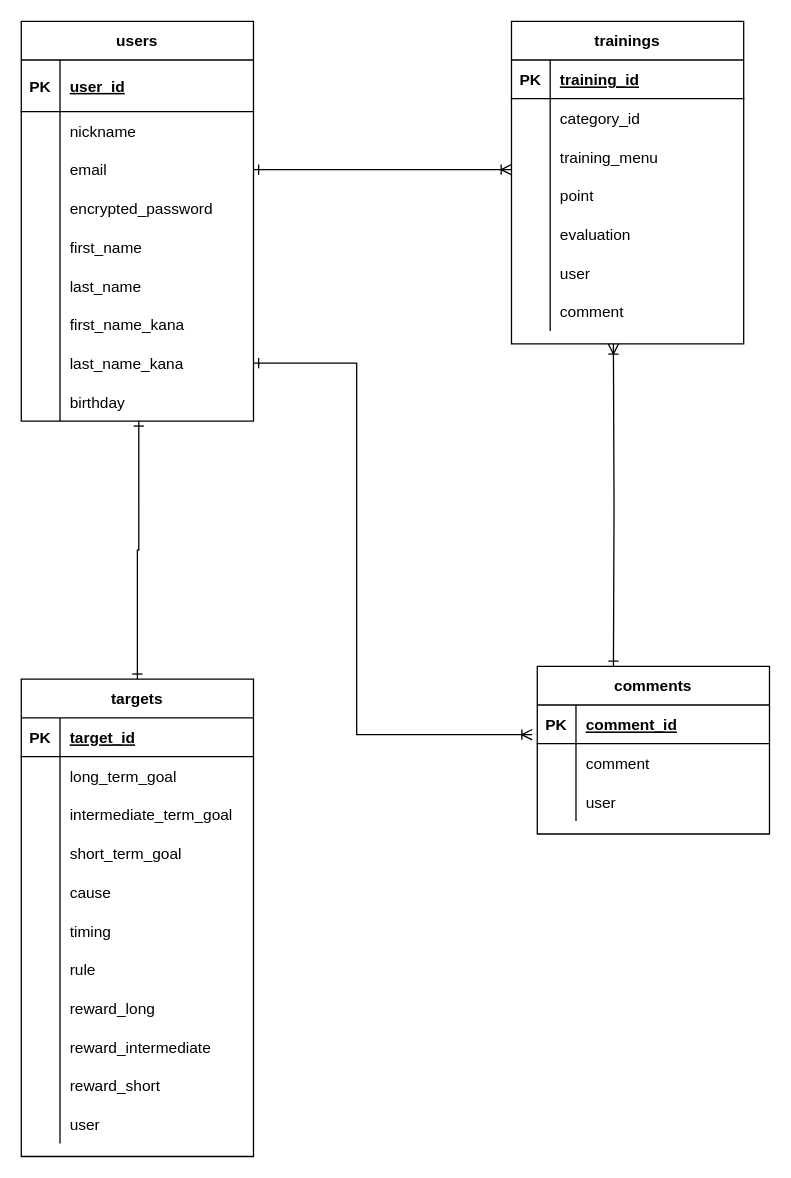
Before: training.dio in toshi-1009/training-35041, a draw.io diagram. Source tidied: cells renumbered, new cells numbered last; positions are measured from the earlier drawing's top-left corner, leaving out a move shared by most shapes. Both pictures are drawn from the tidied source at 129%, with x=0, y=0 at pixel (21, 21).
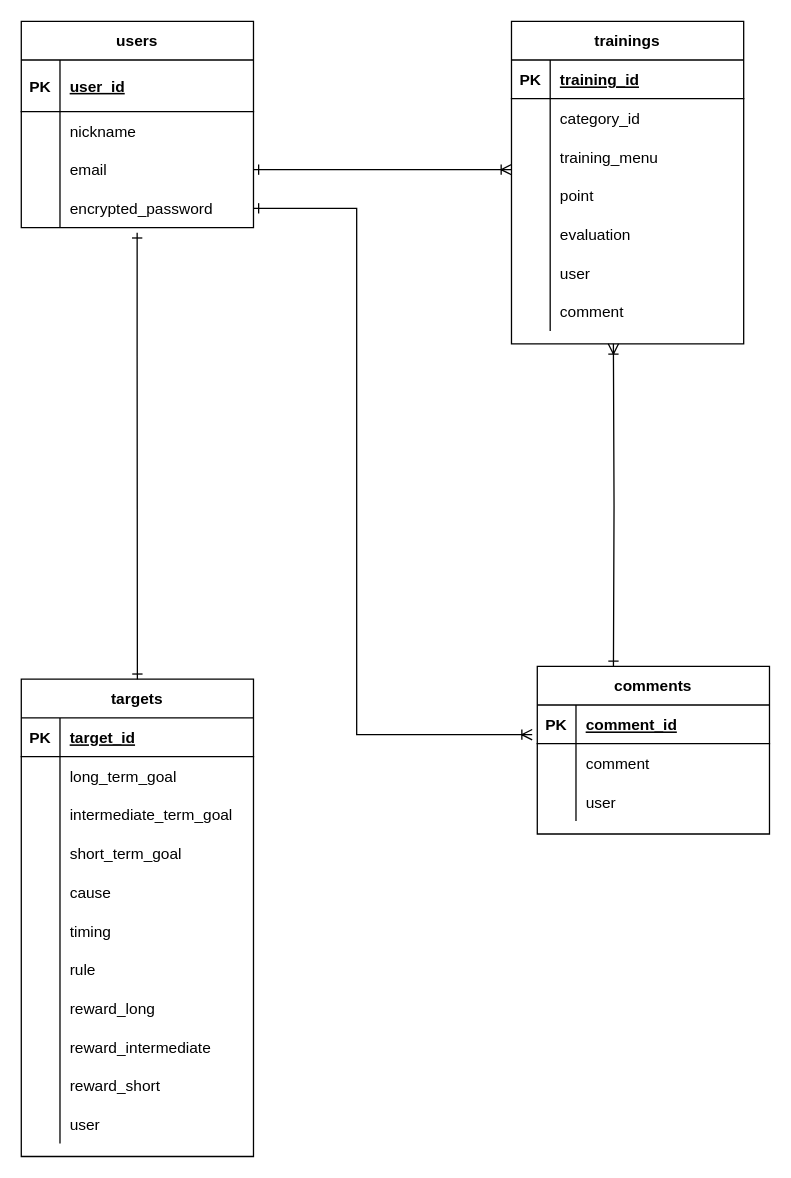
After the change.

The change refers to these unchanged cells:
```xml
<mxCell id="12" style="shape=partialRectangle;fillColor=none;top=0;left=0;bottom=0;right=0;points=[[0,0.5],[1,0.5]];portConstraint=eastwest;" parent="2" vertex="1">
  <mxGeometry y="130" width="180" height="30" as="geometry" />
</mxCell>
<mxCell id="54" style="shape=partialRectangle;fillColor=none;top=0;left=0;bottom=1;right=0;points=[[0,0.5],[1,0.5]];portConstraint=eastwest;" parent="53" vertex="1">
  <mxGeometry y="30" width="180" height="30" as="geometry" />
</mxCell>
<mxCell id="63" value="targets" style="shape=table;startSize=30;childLayout=tableLayout;rowLines=0;fontStyle=1;align=center;" parent="1" vertex="1">
  <mxGeometry y="510" width="180" height="370" as="geometry" />
</mxCell>
```

What changed in the source:
```diff
@@
     <mxCell id="2" value="users" style="shape=table;startSize=30;childLayout=tableLayout;rowLines=0;fontStyle=1;align=center;" parent="1" vertex="1">
-      <mxGeometry width="180" height="310" as="geometry" />
+      <mxGeometry width="180" height="160" as="geometry" />
     </mxCell>
@@
-    <mxCell id="15" style="shape=partialRectangle;fillColor=none;top=0;left=0;bottom=0;right=0;" parent="2" vertex="1">
-      <mxGeometry y="160" width="180" height="30" as="geometry" />
-    </mxCell>
-    <mxCell id="16" style="shape=partialRectangle;fillColor=none;top=0;left=0;bottom=0;right=0;overflow=hidden;" parent="15" vertex="1">
-      <mxGeometry width="30" height="30" as="geometry" />
-    </mxCell>
-    <mxCell id="17" value="first_name" style="shape=partialRectangle;fillColor=none;top=0;left=0;bottom=0;right=0;align=left;spacingLeft=6;overflow=hidden;" parent="15" vertex="1">
-      <mxGeometry x="30" width="150" height="30" as="geometry" />
-    </mxCell>
-    <mxCell id="18" style="shape=partialRectangle;fillColor=none;top=0;left=0;bottom=0;right=0;" parent="2" vertex="1">
-      <mxGeometry y="190" width="180" height="30" as="geometry" />
-    </mxCell>
-    <mxCell id="19" style="shape=partialRectangle;fillColor=none;top=0;left=0;bottom=0;right=0;overflow=hidden;" parent="18" vertex="1">
-      <mxGeometry width="30" height="30" as="geometry" />
-    </mxCell>
-    <mxCell id="20" value="last_name" style="shape=partialRectangle;fillColor=none;top=0;left=0;bottom=0;right=0;align=left;spacingLeft=6;overflow=hidden;" parent="18" vertex="1">
-      <mxGeometry x="30" width="150" height="30" as="geometry" />
-    </mxCell>
-    <mxCell id="21" style="shape=partialRectangle;fillColor=none;top=0;left=0;bottom=0;right=0;" parent="2" vertex="1">
-      <mxGeometry y="220" width="180" height="30" as="geometry" />
-    </mxCell>
-    <mxCell id="22" style="shape=partialRectangle;fillColor=none;top=0;left=0;bottom=0;right=0;overflow=hidden;" parent="21" vertex="1">
-      <mxGeometry width="30" height="30" as="geometry" />
-    </mxCell>
-    <mxCell id="23" value="first_name_kana" style="shape=partialRectangle;fillColor=none;top=0;left=0;bottom=0;right=0;align=left;spacingLeft=6;overflow=hidden;" parent="21" vertex="1">
-      <mxGeometry x="30" width="150" height="30" as="geometry" />
-    </mxCell>
-    <mxCell id="24" style="shape=partialRectangle;fillColor=none;top=0;left=0;bottom=0;right=0;points=[[0,0.5],[1,0.5]];portConstraint=eastwest;" parent="2" vertex="1">
-      <mxGeometry y="250" width="180" height="30" as="geometry" />
-    </mxCell>
-    <mxCell id="25" style="shape=partialRectangle;fillColor=none;top=0;left=0;bottom=0;right=0;overflow=hidden;" parent="24" vertex="1">
-      <mxGeometry width="30" height="30" as="geometry" />
-    </mxCell>
-    <mxCell id="26" value="last_name_kana" style="shape=partialRectangle;fillColor=none;top=0;left=0;bottom=0;right=0;align=left;spacingLeft=6;overflow=hidden;" parent="24" vertex="1">
-      <mxGeometry x="30" width="150" height="30" as="geometry" />
-    </mxCell>
-    <mxCell id="27" style="shape=partialRectangle;fillColor=none;top=0;left=0;bottom=0;right=0;points=[[0,0.5],[1,0.5]];portConstraint=eastwest;" parent="2" vertex="1">
-      <mxGeometry y="280" width="180" height="30" as="geometry" />
-    </mxCell>
-    <mxCell id="28" style="shape=partialRectangle;fillColor=none;top=0;left=0;bottom=0;right=0;overflow=hidden;" parent="27" vertex="1">
-      <mxGeometry width="30" height="30" as="geometry" />
-    </mxCell>
-    <mxCell id="29" value="birthday" style="shape=partialRectangle;fillColor=none;top=0;left=0;bottom=0;right=0;align=left;spacingLeft=6;overflow=hidden;" parent="27" vertex="1">
-      <mxGeometry x="30" width="150" height="30" as="geometry" />
-    </mxCell>
@@
-    <mxCell id="52" style="edgeStyle=orthogonalEdgeStyle;rounded=0;jettySize=auto;html=1;startArrow=ERoneToMany;startFill=0;endArrow=ERone;endFill=0;entryX=1;entryY=0.5;entryDx=0;entryDy=0;exitX=-0.022;exitY=0.767;exitDx=0;exitDy=0;exitPerimeter=0;" parent="1" edge="1" source="54" target="24">
+    <mxCell id="52" style="edgeStyle=orthogonalEdgeStyle;rounded=0;jettySize=auto;html=1;startArrow=ERoneToMany;startFill=0;endArrow=ERone;endFill=0;entryX=1;entryY=0.5;entryDx=0;entryDy=0;exitX=-0.022;exitY=0.767;exitDx=0;exitDy=0;exitPerimeter=0;" parent="1" edge="1" source="54" target="12">
       <mxGeometry relative="1" as="geometry">
         <Array as="points">
           <mxPoint x="260" y="553" />
-          <mxPoint x="260" y="265" />
+          <mxPoint x="260" y="145" />
         </Array>
       </mxGeometry>
     </mxCell>
@@
-    <mxCell id="99" style="edgeStyle=orthogonalEdgeStyle;rounded=0;jettySize=auto;html=1;entryX=0.5;entryY=0;entryDx=0;entryDy=0;startArrow=ERone;startFill=0;endArrow=ERone;endFill=0;exitX=0.506;exitY=0.993;exitDx=0;exitDy=0;exitPerimeter=0;" parent="1" edge="1" source="27" target="63">
-      <mxGeometry relative="1" as="geometry" />
+    <mxCell id="99" style="edgeStyle=orthogonalEdgeStyle;rounded=0;jettySize=auto;html=1;entryX=0.5;entryY=0;entryDx=0;entryDy=0;startArrow=ERone;startFill=0;endArrow=ERone;endFill=0;exitX=0.499;exitY=1.133;exitDx=0;exitDy=0;exitPerimeter=0;" parent="1" edge="1" source="12" target="63">
+      <mxGeometry relative="1" as="geometry">
+        <Array as="points">
+          <mxPoint x="90" y="260" />
+          <mxPoint x="90" y="260" />
+        </Array>
+      </mxGeometry>
     </mxCell>
```
